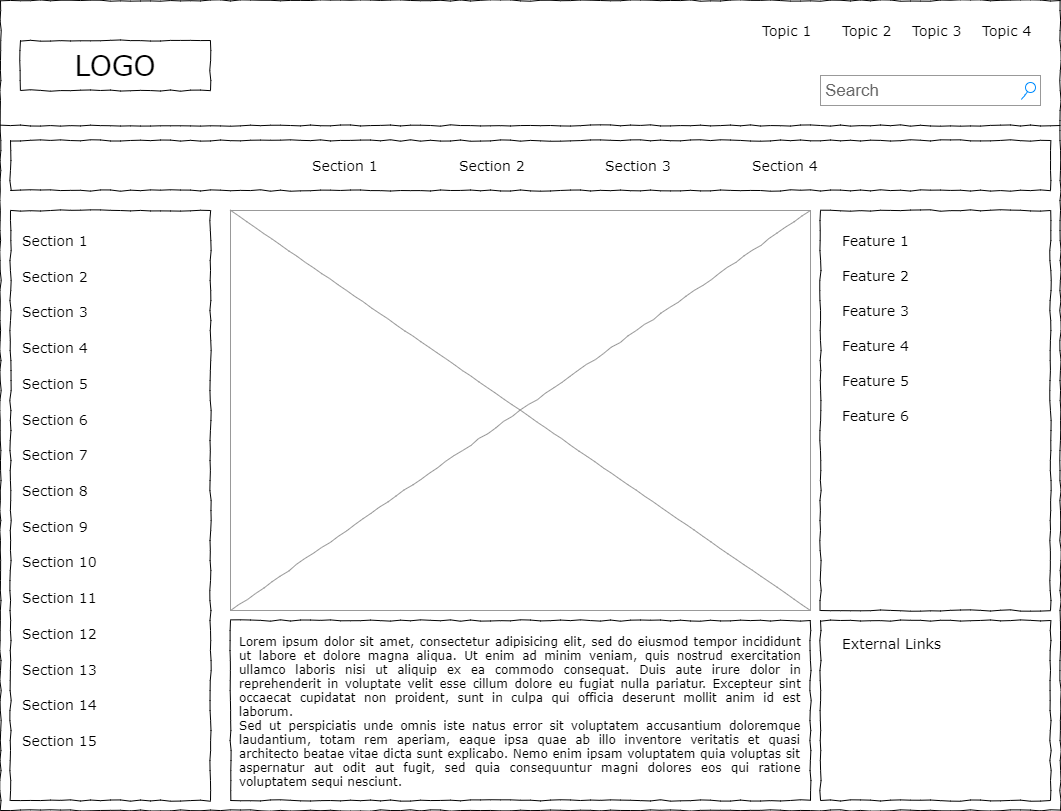
Earlier version of the draw.io export maquette/maquette page compte.png (syned9/eCommerce). Source tidied: cells renumbered, new cells last; positions are measured from the earlier drawing's top-left corner, leaving out a move shared by most shapes.
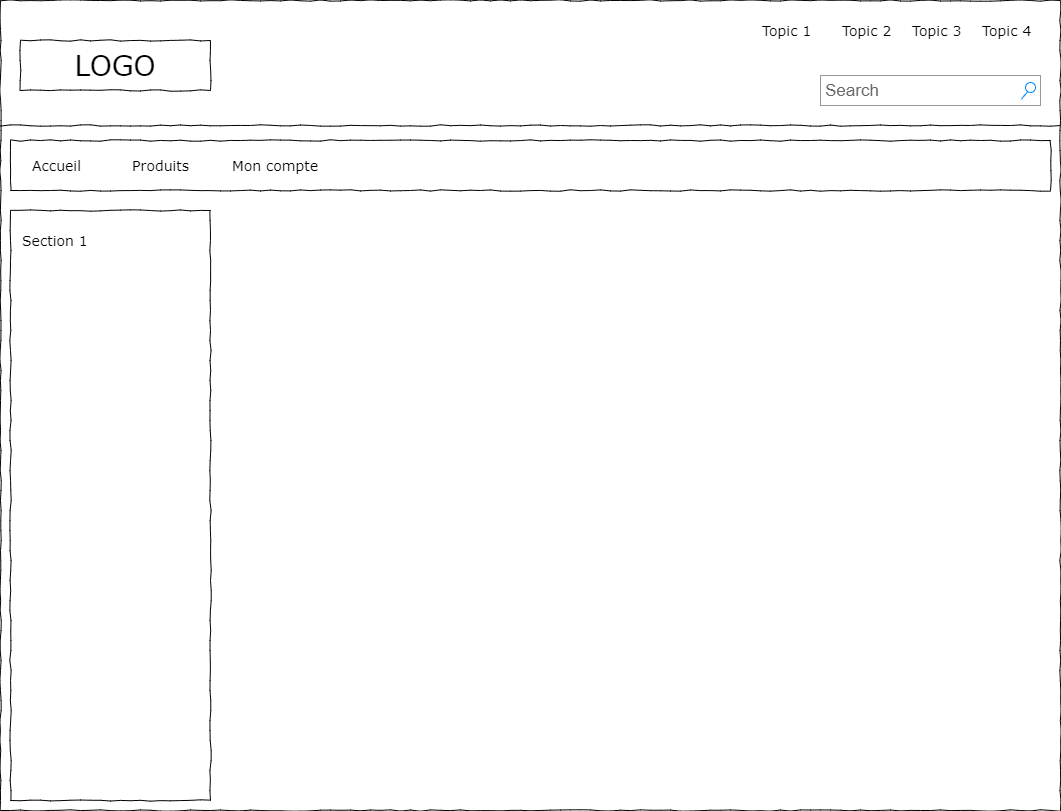
After the change.

What changed in the source:
```diff
@@ -32,95 +32,17 @@
     <mxCell id="11" style="whiteSpace=wrap;html=1;rounded=0;shadow=0;labelBackgroundColor=none;strokeWidth=1;fillColor=none;fontFamily=Verdana;fontSize=12;align=center;comic=1;" parent="1" vertex="1">
       <mxGeometry x="10" y="140" width="1040" height="50" as="geometry" />
     </mxCell>
-    <mxCell id="12" value="Section 1" style="text;html=1;align=left;verticalAlign=top;spacingTop=-4;fontSize=14;fontFamily=Verdana;" parent="1" vertex="1">
-      <mxGeometry x="310" y="155" width="60" height="20" as="geometry" />
+    <mxCell id="12" value="Accueil" style="text;html=1;align=left;verticalAlign=top;spacingTop=-4;fontSize=14;fontFamily=Verdana;" parent="1" vertex="1">
+      <mxGeometry x="30" y="155" width="60" height="20" as="geometry" />
     </mxCell>
-    <mxCell id="13" value="Section 2" style="text;html=1;align=left;verticalAlign=top;spacingTop=-4;fontSize=14;fontFamily=Verdana;" parent="1" vertex="1">
-      <mxGeometry x="457" y="155" width="60" height="20" as="geometry" />
+    <mxCell id="13" value="Produits" style="text;html=1;align=left;verticalAlign=top;spacingTop=-4;fontSize=14;fontFamily=Verdana;" parent="1" vertex="1">
+      <mxGeometry x="130" y="155" width="60" height="20" as="geometry" />
     </mxCell>
-    <mxCell id="14" value="Section 3" style="text;html=1;align=left;verticalAlign=top;spacingTop=-4;fontSize=14;fontFamily=Verdana;" parent="1" vertex="1">
-      <mxGeometry x="603" y="155" width="60" height="20" as="geometry" />
+    <mxCell id="14" value="Mon compte" style="text;html=1;align=left;verticalAlign=top;spacingTop=-4;fontSize=14;fontFamily=Verdana;" parent="1" vertex="1">
+      <mxGeometry x="230" y="155" width="60" height="20" as="geometry" />
     </mxCell>
-    <mxCell id="15" value="Section 4" style="text;html=1;align=left;verticalAlign=top;spacingTop=-4;fontSize=14;fontFamily=Verdana;" parent="1" vertex="1">
-      <mxGeometry x="750" y="155" width="60" height="20" as="geometry" />
-    </mxCell>
-    <mxCell id="16" value="&lt;div style=&quot;text-align: justify&quot;&gt;&lt;span&gt;Lorem ipsum dolor sit amet, consectetur adipisicing elit, sed do eiusmod tempor incididunt ut labore et dolore magna aliqua. Ut enim ad minim veniam, quis nostrud exercitation ullamco laboris nisi ut aliquip ex ea commodo consequat. Duis aute irure dolor in reprehenderit in voluptate velit esse cillum dolore eu fugiat nulla pariatur. Excepteur sint occaecat cupidatat non proident, sunt in culpa qui officia deserunt mollit anim id est laborum.&lt;/span&gt;&lt;/div&gt;&lt;div style=&quot;text-align: justify&quot;&gt;&lt;span&gt;Sed ut perspiciatis unde omnis iste natus error sit voluptatem accusantium doloremque laudantium, totam rem aperiam, eaque ipsa quae ab illo inventore veritatis et quasi architecto beatae vitae dicta sunt explicabo. Nemo enim ipsam voluptatem quia voluptas sit aspernatur aut odit aut fugit, sed quia consequuntur magni dolores eos qui ratione voluptatem sequi nesciunt.&amp;nbsp;&lt;/span&gt;&lt;/div&gt;" style="whiteSpace=wrap;html=1;rounded=0;shadow=0;labelBackgroundColor=none;strokeWidth=1;fillColor=none;fontFamily=Verdana;fontSize=12;align=center;verticalAlign=top;spacing=10;comic=1;" parent="1" vertex="1">
-      <mxGeometry x="230" y="620" width="580" height="180" as="geometry" />
-    </mxCell>
-    <mxCell id="17" style="verticalLabelPosition=bottom;shadow=0;dashed=0;align=center;html=1;verticalAlign=top;strokeWidth=1;shape=mxgraph.mockup.graphics.simpleIcon;strokeColor=#999999;rounded=0;labelBackgroundColor=none;fontFamily=Verdana;fontSize=14;fontColor=#000000;comic=1;" parent="1" vertex="1">
-      <mxGeometry x="230" y="210" width="580" height="400" as="geometry" />
-    </mxCell>
-    <mxCell id="18" style="whiteSpace=wrap;html=1;rounded=0;shadow=0;labelBackgroundColor=none;strokeWidth=1;fillColor=none;fontFamily=Verdana;fontSize=12;align=center;comic=1;" parent="1" vertex="1">
-      <mxGeometry x="820" y="210" width="230" height="400" as="geometry" />
-    </mxCell>
-    <mxCell id="19" style="whiteSpace=wrap;html=1;rounded=0;shadow=0;labelBackgroundColor=none;strokeWidth=1;fillColor=none;fontFamily=Verdana;fontSize=12;align=center;comic=1;" parent="1" vertex="1">
-      <mxGeometry x="820" y="620" width="230" height="180" as="geometry" />
-    </mxCell>
     <mxCell id="20" value="Section 1" style="text;html=1;align=left;verticalAlign=top;spacingTop=-4;fontSize=14;fontFamily=Verdana;" parent="1" vertex="1">
       <mxGeometry x="20" y="230" width="170" height="20" as="geometry" />
     </mxCell>
-    <mxCell id="21" value="Section 2" style="text;html=1;align=left;verticalAlign=top;spacingTop=-4;fontSize=14;fontFamily=Verdana;" parent="1" vertex="1">
-      <mxGeometry x="20" y="266" width="170" height="20" as="geometry" />
-    </mxCell>
-    <mxCell id="22" value="Section 3" style="text;html=1;align=left;verticalAlign=top;spacingTop=-4;fontSize=14;fontFamily=Verdana;" parent="1" vertex="1">
-      <mxGeometry x="20" y="301" width="170" height="20" as="geometry" />
-    </mxCell>
-    <mxCell id="23" value="Section 4" style="text;html=1;align=left;verticalAlign=top;spacingTop=-4;fontSize=14;fontFamily=Verdana;" parent="1" vertex="1">
-      <mxGeometry x="20" y="337" width="170" height="20" as="geometry" />
-    </mxCell>
-    <mxCell id="24" value="Section 7" style="text;html=1;align=left;verticalAlign=top;spacingTop=-4;fontSize=14;fontFamily=Verdana;" parent="1" vertex="1">
-      <mxGeometry x="20" y="444" width="170" height="20" as="geometry" />
-    </mxCell>
-    <mxCell id="25" value="Section 8" style="text;html=1;align=left;verticalAlign=top;spacingTop=-4;fontSize=14;fontFamily=Verdana;" parent="1" vertex="1">
-      <mxGeometry x="20" y="480" width="170" height="20" as="geometry" />
-    </mxCell>
-    <mxCell id="26" value="Section 9" style="text;html=1;align=left;verticalAlign=top;spacingTop=-4;fontSize=14;fontFamily=Verdana;" parent="1" vertex="1">
-      <mxGeometry x="20" y="516" width="170" height="20" as="geometry" />
-    </mxCell>
-    <mxCell id="27" value="Section 10" style="text;html=1;align=left;verticalAlign=top;spacingTop=-4;fontSize=14;fontFamily=Verdana;" parent="1" vertex="1">
-      <mxGeometry x="20" y="551" width="170" height="20" as="geometry" />
-    </mxCell>
-    <mxCell id="28" value="Section 11" style="text;html=1;align=left;verticalAlign=top;spacingTop=-4;fontSize=14;fontFamily=Verdana;" parent="1" vertex="1">
-      <mxGeometry x="20" y="587" width="170" height="20" as="geometry" />
-    </mxCell>
-    <mxCell id="29" value="Section 12" style="text;html=1;align=left;verticalAlign=top;spacingTop=-4;fontSize=14;fontFamily=Verdana;" parent="1" vertex="1">
-      <mxGeometry x="20" y="623" width="170" height="20" as="geometry" />
-    </mxCell>
-    <mxCell id="30" value="Section 13" style="text;html=1;align=left;verticalAlign=top;spacingTop=-4;fontSize=14;fontFamily=Verdana;" parent="1" vertex="1">
-      <mxGeometry x="20" y="659" width="170" height="20" as="geometry" />
-    </mxCell>
-    <mxCell id="31" value="Section 14" style="text;html=1;align=left;verticalAlign=top;spacingTop=-4;fontSize=14;fontFamily=Verdana;" parent="1" vertex="1">
-      <mxGeometry x="20" y="694" width="170" height="20" as="geometry" />
-    </mxCell>
-    <mxCell id="32" value="Section 5" style="text;html=1;align=left;verticalAlign=top;spacingTop=-4;fontSize=14;fontFamily=Verdana;" parent="1" vertex="1">
-      <mxGeometry x="20" y="373" width="170" height="20" as="geometry" />
-    </mxCell>
-    <mxCell id="33" value="Section 6" style="text;html=1;align=left;verticalAlign=top;spacingTop=-4;fontSize=14;fontFamily=Verdana;" parent="1" vertex="1">
-      <mxGeometry x="20" y="409" width="170" height="20" as="geometry" />
-    </mxCell>
-    <mxCell id="34" value="Section 15" style="text;html=1;align=left;verticalAlign=top;spacingTop=-4;fontSize=14;fontFamily=Verdana;" parent="1" vertex="1">
-      <mxGeometry x="20" y="730" width="170" height="20" as="geometry" />
-    </mxCell>
-    <mxCell id="35" value="External Links" style="text;html=1;align=left;verticalAlign=top;spacingTop=-4;fontSize=14;fontFamily=Verdana;" parent="1" vertex="1">
-      <mxGeometry x="840" y="633" width="170" height="20" as="geometry" />
-    </mxCell>
-    <mxCell id="36" value="Feature 1" style="text;html=1;align=left;verticalAlign=top;spacingTop=-4;fontSize=14;fontFamily=Verdana;" parent="1" vertex="1">
-      <mxGeometry x="840" y="230" width="170" height="20" as="geometry" />
-    </mxCell>
-    <mxCell id="37" value="Feature 2" style="text;html=1;align=left;verticalAlign=top;spacingTop=-4;fontSize=14;fontFamily=Verdana;" parent="1" vertex="1">
-      <mxGeometry x="840" y="265" width="170" height="20" as="geometry" />
-    </mxCell>
-    <mxCell id="38" value="Feature 3" style="text;html=1;align=left;verticalAlign=top;spacingTop=-4;fontSize=14;fontFamily=Verdana;" parent="1" vertex="1">
-      <mxGeometry x="840" y="300" width="170" height="20" as="geometry" />
-    </mxCell>
-    <mxCell id="39" value="Feature 4" style="text;html=1;align=left;verticalAlign=top;spacingTop=-4;fontSize=14;fontFamily=Verdana;" parent="1" vertex="1">
-      <mxGeometry x="840" y="335" width="170" height="20" as="geometry" />
-    </mxCell>
-    <mxCell id="40" value="Feature 5" style="text;html=1;align=left;verticalAlign=top;spacingTop=-4;fontSize=14;fontFamily=Verdana;" parent="1" vertex="1">
-      <mxGeometry x="840" y="370" width="170" height="20" as="geometry" />
-    </mxCell>
-    <mxCell id="41" value="Feature 6" style="text;html=1;align=left;verticalAlign=top;spacingTop=-4;fontSize=14;fontFamily=Verdana;" parent="1" vertex="1">
-      <mxGeometry x="840" y="405" width="170" height="20" as="geometry" />
-    </mxCell>
   </root>
 </mxGraphModel>
```
